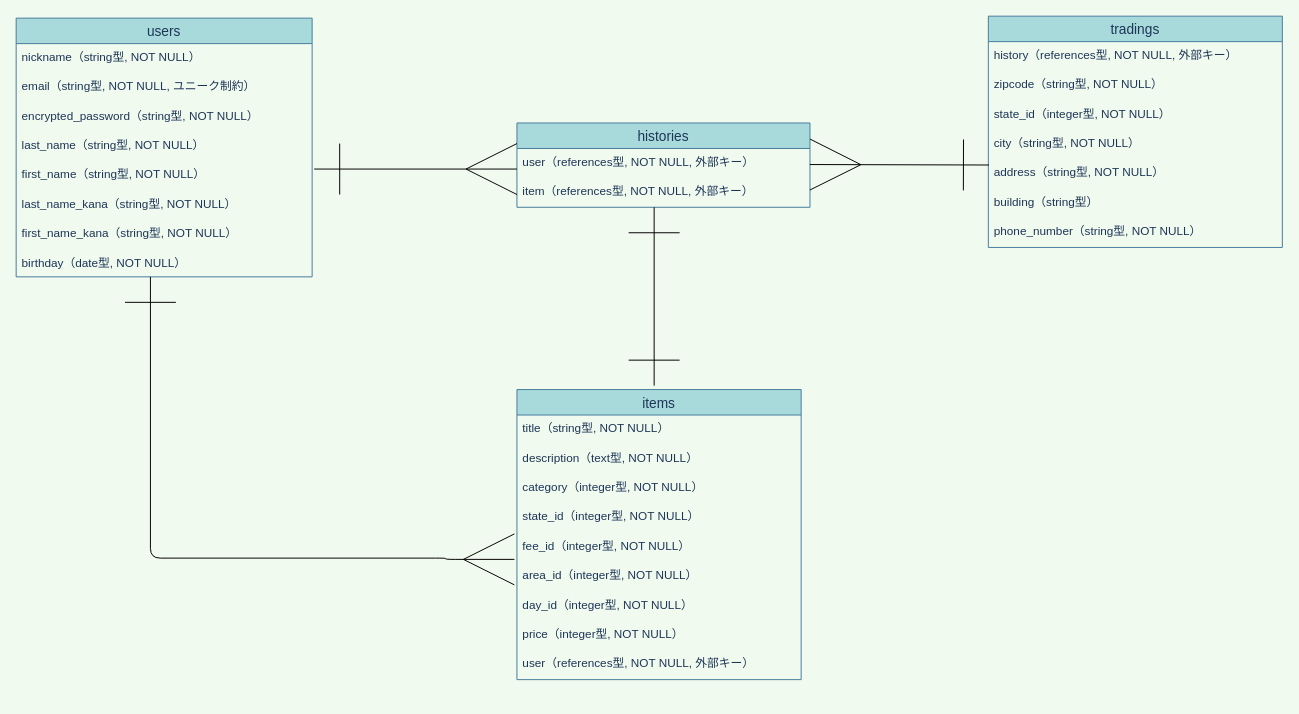
fe3524/furima-36476 keeps this draw.io diagram as config/ER.dio. Above is the earlier version. Source tidied: cells renumbered, new cells numbered last; positions are measured from the earlier drawing's top-left corner, leaving out a move shared by most shapes. Both pictures are drawn from the tidied source at 98%, with x=0, y=0 at pixel (16, 16).
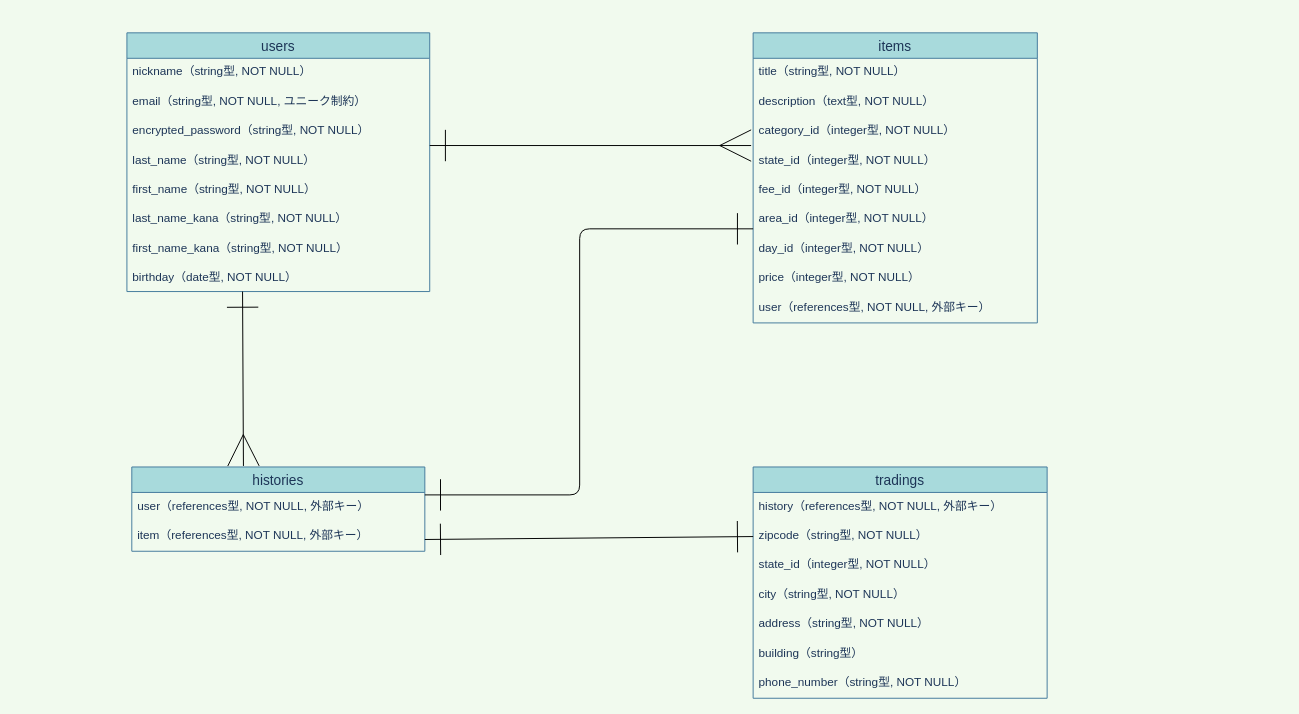
The same diagram, later.

Commit message (it also covers changes not shown here):
ER図／READMEの修正⑤

Unchanged cells that the change refers to:
```xml
<mxCell id="15" value="state_id（integer型, NOT NULL）" style="text;strokeColor=none;fillColor=none;spacingLeft=4;spacingRight=4;overflow=hidden;points=[[0,0.5],[1,0.5]];portConstraint=eastwest;fontSize=12;fontColor=#1D3557;" parent="11" vertex="1">
  <mxGeometry y="116" width="290" height="30" as="geometry" />
</mxCell>
<mxCell id="17" value="area_id（integer型, NOT NULL）" style="text;strokeColor=none;fillColor=none;spacingLeft=4;spacingRight=4;overflow=hidden;points=[[0,0.5],[1,0.5]];portConstraint=eastwest;fontSize=12;fontColor=#1D3557;" parent="11" vertex="1">
  <mxGeometry y="176" width="290" height="30" as="geometry" />
</mxCell>
<mxCell id="23" value="zipcode（string型, NOT NULL）" style="text;strokeColor=none;fillColor=none;spacingLeft=4;spacingRight=4;overflow=hidden;points=[[0,0.5],[1,0.5]];portConstraint=eastwest;fontSize=12;fontColor=#1D3557;" parent="21" vertex="1">
  <mxGeometry y="56" width="300" height="30" as="geometry" />
</mxCell>
<mxCell id="26" value="address（string型, NOT NULL）" style="text;strokeColor=none;fillColor=none;spacingLeft=4;spacingRight=4;overflow=hidden;points=[[0,0.5],[1,0.5]];portConstraint=eastwest;fontSize=12;fontColor=#1D3557;" parent="21" vertex="1">
  <mxGeometry y="146" width="300" height="30" as="geometry" />
</mxCell>
```

Diff of the diagram source:
```diff
@@
     <mxCell id="2" value="users" style="swimlane;fontStyle=0;horizontal=1;startSize=26;align=center;fontSize=14;rounded=0;sketch=0;fillColor=#A8DADC;strokeColor=#457B9D;fontColor=#1D3557;" parent="1" vertex="1">
-      <mxGeometry y="2" width="302" height="264" as="geometry" />
+      <mxGeometry x="113" y="17" width="309" height="264" as="geometry" />
     </mxCell>
     <mxCell id="3" value="nickname（string型, NOT NULL）" style="text;strokeColor=none;fillColor=none;spacingLeft=4;spacingRight=4;overflow=hidden;fontSize=12;fontColor=#1D3557;" parent="2" vertex="1">
-      <mxGeometry y="26" width="302" height="30" as="geometry" />
+      <mxGeometry y="26" width="309" height="30" as="geometry" />
     </mxCell>
     <mxCell id="4" value="email（string型, NOT NULL, ユニーク制約）" style="text;strokeColor=none;fillColor=none;spacingLeft=4;spacingRight=4;overflow=hidden;fontSize=12;fontColor=#1D3557;" parent="2" vertex="1">
-      <mxGeometry y="56" width="302" height="30" as="geometry" />
+      <mxGeometry y="56" width="309" height="30" as="geometry" />
     </mxCell>
     <mxCell id="5" value="encrypted_password（string型, NOT NULL）" style="text;strokeColor=none;fillColor=none;spacingLeft=4;spacingRight=4;overflow=hidden;fontSize=12;fontColor=#1D3557;" parent="2" vertex="1">
-      <mxGeometry y="86" width="302" height="30" as="geometry" />
+      <mxGeometry y="86" width="309" height="30" as="geometry" />
     </mxCell>
     <mxCell id="6" value="last_name（string型, NOT NULL）" style="text;strokeColor=none;fillColor=none;spacingLeft=4;spacingRight=4;overflow=hidden;fontSize=12;fontColor=#1D3557;" parent="2" vertex="1">
-      <mxGeometry y="116" width="302" height="30" as="geometry" />
+      <mxGeometry y="116" width="309" height="30" as="geometry" />
     </mxCell>
     <mxCell id="7" value="first_name（string型, NOT NULL）" style="text;strokeColor=none;fillColor=none;spacingLeft=4;spacingRight=4;overflow=hidden;points=[[0,0.5],[1,0.5]];portConstraint=eastwest;fontSize=12;fontColor=#1D3557;" parent="2" vertex="1">
-      <mxGeometry y="146" width="302" height="30" as="geometry" />
+      <mxGeometry y="146" width="309" height="30" as="geometry" />
     </mxCell>
     <mxCell id="8" value="last_name_kana（string型, NOT NULL）" style="text;strokeColor=none;fillColor=none;spacingLeft=4;spacingRight=4;overflow=hidden;fontSize=12;fontColor=#1D3557;" parent="2" vertex="1">
-      <mxGeometry y="176" width="302" height="30" as="geometry" />
+      <mxGeometry y="176" width="309" height="30" as="geometry" />
     </mxCell>
     <mxCell id="9" value="first_name_kana（string型, NOT NULL）" style="text;strokeColor=none;fillColor=none;spacingLeft=4;spacingRight=4;overflow=hidden;fontSize=12;fontColor=#1D3557;" parent="2" vertex="1">
-      <mxGeometry y="206" width="302" height="30" as="geometry" />
+      <mxGeometry y="206" width="309" height="30" as="geometry" />
     </mxCell>
     <mxCell id="10" value="birthday（date型, NOT NULL）" style="text;strokeColor=none;fillColor=none;spacingLeft=4;spacingRight=4;overflow=hidden;fontSize=12;fontColor=#1D3557;" parent="2" vertex="1">
-      <mxGeometry y="236" width="302" height="28" as="geometry" />
+      <mxGeometry y="236" width="309" height="28" as="geometry" />
     </mxCell>
     <mxCell id="11" value="items" style="swimlane;fontStyle=0;horizontal=1;startSize=26;align=center;fontSize=14;rounded=0;sketch=0;fillColor=#A8DADC;strokeColor=#457B9D;fontColor=#1D3557;" parent="1" vertex="1">
-      <mxGeometry x="511" y="381" width="290" height="296" as="geometry" />
+      <mxGeometry x="752" y="17" width="290" height="296" as="geometry" />
     </mxCell>
@@
-    <mxCell id="14" value="category（integer型, NOT NULL）" style="text;strokeColor=none;fillColor=none;spacingLeft=4;spacingRight=4;overflow=hidden;fontSize=12;fontColor=#1D3557;" parent="11" vertex="1">
+    <mxCell id="14" value="category_id（integer型, NOT NULL）" style="text;strokeColor=none;fillColor=none;spacingLeft=4;spacingRight=4;overflow=hidden;fontSize=12;fontColor=#1D3557;" parent="11" vertex="1">
       <mxGeometry y="86" width="290" height="30" as="geometry" />
     </mxCell>
@@
     <mxCell id="21" value="tradings" style="swimlane;fontStyle=0;horizontal=1;startSize=26;align=center;fontSize=14;rounded=0;sketch=0;fillColor=#A8DADC;strokeColor=#457B9D;fontColor=#1D3557;" parent="1" vertex="1">
-      <mxGeometry x="992" width="300" height="236" as="geometry" />
+      <mxGeometry x="752" y="460" width="300" height="236" as="geometry" />
     </mxCell>
@@
     <mxCell id="29" value="histories" style="swimlane;fontStyle=0;horizontal=1;startSize=26;align=center;fontSize=14;rounded=0;sketch=0;fillColor=#A8DADC;strokeColor=#457B9D;fontColor=#1D3557;" parent="1" vertex="1">
-      <mxGeometry x="511" y="109" width="299" height="86" as="geometry" />
+      <mxGeometry x="118" y="460" width="299" height="86" as="geometry" />
     </mxCell>
@@
-    <mxCell id="32" style="edgeStyle=orthogonalEdgeStyle;fontSize=12;html=1;endArrow=ERone;endFill=0;strokeColor=#000000;startSize=50;endSize=50;startArrow=ERmany;startFill=0;exitX=-0.009;exitY=-0.09;exitDx=0;exitDy=0;exitPerimeter=0;" parent="1" edge="1" source="17">
-      <mxGeometry relative="1" as="geometry">
-        <mxPoint x="137" y="266" as="targetPoint" />
-        <Array as="points">
-          <mxPoint x="438" y="554" />
-          <mxPoint x="137" y="553" />
-        </Array>
-      </mxGeometry>
-    </mxCell>
-    <mxCell id="33" style="fontSize=12;html=1;endArrow=ERone;endFill=0;strokeColor=#000000;startSize=50;endSize=50;startArrow=ERmany;startFill=0;entryX=1.007;entryY=0.267;entryDx=0;entryDy=0;entryPerimeter=0;" parent="1" edge="1" target="7">
-      <mxGeometry relative="1" as="geometry">
-        <mxPoint x="511" y="156" as="sourcePoint" />
-      </mxGeometry>
-    </mxCell>
-    <mxCell id="34" style="fontSize=12;html=1;endArrow=ERone;endFill=0;strokeColor=#000000;startSize=50;endSize=50;startArrow=ERmany;startFill=0;entryX=0.002;entryY=0.196;entryDx=0;entryDy=0;entryPerimeter=0;" parent="1" edge="1" target="26">
-      <mxGeometry relative="1" as="geometry">
-        <mxPoint x="810" y="151.4" as="sourcePoint" />
-      </mxGeometry>
-    </mxCell>
-    <mxCell id="35" style="fontSize=12;html=1;endArrow=ERone;endFill=0;strokeColor=#000000;startSize=50;endSize=50;startArrow=ERone;startFill=0;" parent="1" edge="1">
-      <mxGeometry relative="1" as="geometry">
-        <mxPoint x="651" y="195" as="sourcePoint" />
-        <mxPoint x="651" y="377" as="targetPoint" />
-      </mxGeometry>
-    </mxCell>
+    <mxCell id="36" style="fontSize=12;html=1;endArrow=ERone;endFill=1;strokeColor=#000000;startArrow=ERmany;startFill=0;endSize=30;startSize=30;exitX=0.381;exitY=-0.012;exitDx=0;exitDy=0;exitPerimeter=0;" parent="1" edge="1" source="29">
+      <mxGeometry relative="1" as="geometry">
+        <mxPoint x="231" y="281" as="targetPoint" />
+      </mxGeometry>
+    </mxCell>
+    <mxCell id="37" style="fontSize=12;html=1;endArrow=ERone;endFill=1;strokeColor=#000000;startArrow=ERmany;startFill=0;endSize=30;startSize=30;exitX=-0.007;exitY=-0.033;exitDx=0;exitDy=0;exitPerimeter=0;" parent="1" edge="1" source="15">
+      <mxGeometry relative="1" as="geometry">
+        <mxPoint x="422" y="132" as="targetPoint" />
+      </mxGeometry>
+    </mxCell>
+    <mxCell id="38" style="fontSize=12;html=1;endArrow=ERone;endFill=1;strokeColor=#000000;startArrow=ERone;startFill=0;endSize=30;startSize=30;exitX=0;exitY=0.8;exitDx=0;exitDy=0;exitPerimeter=0;edgeStyle=orthogonalEdgeStyle;" parent="1" edge="1" source="17">
+      <mxGeometry relative="1" as="geometry">
+        <mxPoint x="417" y="488.5" as="targetPoint" />
+        <Array as="points">
+          <mxPoint x="575" y="217" />
+          <mxPoint x="575" y="489" />
+        </Array>
+      </mxGeometry>
+    </mxCell>
+    <mxCell id="39" style="fontSize=12;html=1;endArrow=ERone;endFill=1;strokeColor=#000000;startArrow=ERone;startFill=0;endSize=30;startSize=30;exitX=0;exitY=0.5;exitDx=0;exitDy=0;" parent="1" edge="1" source="23">
+      <mxGeometry relative="1" as="geometry">
+        <mxPoint x="417" y="534" as="targetPoint" />
+      </mxGeometry>
+    </mxCell>
```
